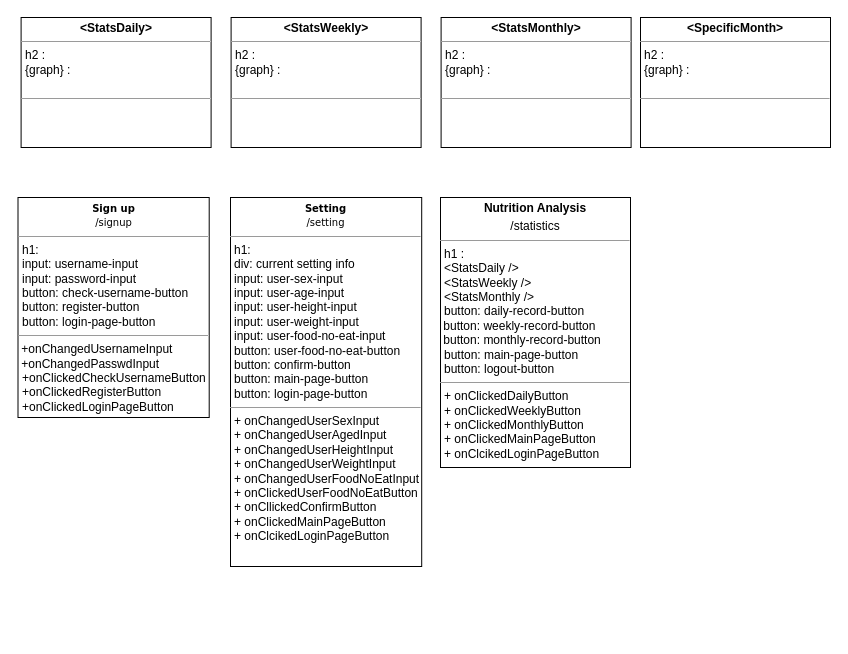
Earlier version of the draw.io diagram diagrams/Bang.drawio (swsnu/swpp2021-team5). Source tidied: cells renumbered, new cells numbered last; positions are measured from the earlier drawing's top-left corner, leaving out a move shared by most shapes. Both pictures are drawn from the tidied source at 100%, with x=0, y=0 at pixel (18, 17).
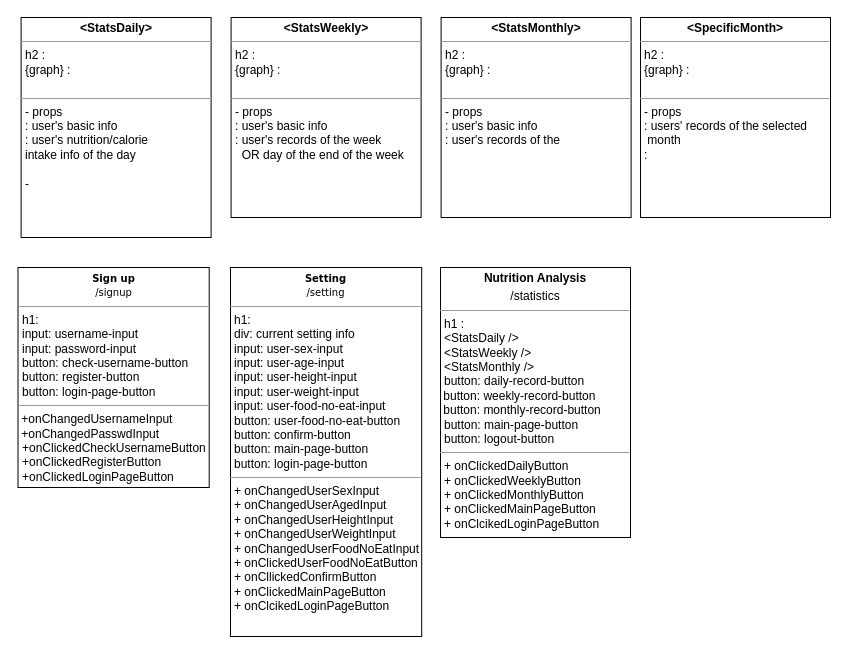
Above is the later version.

Diff of the diagram source:
```diff
@@
 <mxGraphModel>
   <root>
     <mxCell id="0" />
     <mxCell id="1" parent="0" />
-    <mxCell id="2" value="&lt;p style=&quot;margin: 0px ; margin-top: 4px ; text-align: center&quot;&gt;&lt;b&gt;&amp;lt;StatsDaily&amp;gt;&lt;/b&gt;&lt;/p&gt;&lt;hr size=&quot;1&quot;&gt;&lt;p style=&quot;margin: 0px ; margin-left: 4px&quot;&gt;h2 :&amp;nbsp;&lt;br&gt;&lt;/p&gt;&lt;p style=&quot;margin: 0px ; margin-left: 4px&quot;&gt;{graph} :&amp;nbsp;&lt;/p&gt;&lt;p style=&quot;margin: 0px ; margin-left: 4px&quot;&gt;&lt;br&gt;&lt;/p&gt;&lt;hr size=&quot;1&quot;&gt;&lt;p style=&quot;margin: 0px ; margin-left: 4px&quot;&gt;&lt;br&gt;&lt;/p&gt;" style="verticalAlign=top;align=left;overflow=fill;fontSize=12;fontFamily=Helvetica;html=1;rounded=0;shadow=0;comic=0;labelBackgroundColor=none;strokeWidth=1;" parent="1" vertex="1">
-      <mxGeometry x="2.6" width="190" height="130" as="geometry" />
+    <mxCell id="2" value="&lt;p style=&quot;margin: 0px ; margin-top: 4px ; text-align: center&quot;&gt;&lt;b&gt;&amp;lt;StatsDaily&amp;gt;&lt;/b&gt;&lt;/p&gt;&lt;hr size=&quot;1&quot;&gt;&lt;p style=&quot;margin: 0px ; margin-left: 4px&quot;&gt;h2 :&amp;nbsp;&lt;br&gt;&lt;/p&gt;&lt;p style=&quot;margin: 0px ; margin-left: 4px&quot;&gt;{graph} :&amp;nbsp;&lt;/p&gt;&lt;p style=&quot;margin: 0px ; margin-left: 4px&quot;&gt;&lt;br&gt;&lt;/p&gt;&lt;hr size=&quot;1&quot;&gt;&lt;p style=&quot;margin: 0px ; margin-left: 4px&quot;&gt;- props&lt;/p&gt;&lt;p style=&quot;margin: 0px ; margin-left: 4px&quot;&gt;: user's basic info&lt;br&gt;&lt;/p&gt;&lt;p style=&quot;margin: 0px ; margin-left: 4px&quot;&gt;: user's nutrition/calorie&lt;/p&gt;&lt;p style=&quot;margin: 0px ; margin-left: 4px&quot;&gt;intake info of the day&lt;/p&gt;&lt;p style=&quot;margin: 0px ; margin-left: 4px&quot;&gt;&lt;br&gt;&lt;/p&gt;&lt;p style=&quot;margin: 0px ; margin-left: 4px&quot;&gt;-&amp;nbsp;&lt;/p&gt;&lt;p style=&quot;margin: 0px ; margin-left: 4px&quot;&gt;&lt;br&gt;&lt;/p&gt;" style="verticalAlign=top;align=left;overflow=fill;fontSize=12;fontFamily=Helvetica;html=1;rounded=0;shadow=0;comic=0;labelBackgroundColor=none;strokeWidth=1;" parent="1" vertex="1">
+      <mxGeometry x="2.6" width="190" height="220" as="geometry" />
     </mxCell>
-    <mxCell id="3" value="&lt;p style=&quot;margin: 0px ; margin-top: 4px ; text-align: center&quot;&gt;&lt;b&gt;&amp;lt;StatsWeekly&amp;gt;&lt;/b&gt;&lt;/p&gt;&lt;hr size=&quot;1&quot;&gt;&lt;p style=&quot;margin: 0px ; margin-left: 4px&quot;&gt;h2 :&amp;nbsp;&lt;br&gt;&lt;/p&gt;&lt;p style=&quot;margin: 0px ; margin-left: 4px&quot;&gt;{graph} :&lt;br&gt;&lt;/p&gt;&lt;p style=&quot;margin: 0px ; margin-left: 4px&quot;&gt;&lt;br&gt;&lt;/p&gt;&lt;hr size=&quot;1&quot;&gt;&lt;p style=&quot;margin: 0px ; margin-left: 4px&quot;&gt;&lt;br&gt;&lt;/p&gt;" style="verticalAlign=top;align=left;overflow=fill;fontSize=12;fontFamily=Helvetica;html=1;rounded=0;shadow=0;comic=0;labelBackgroundColor=none;strokeWidth=1;" parent="1" vertex="1">
-      <mxGeometry x="212.6" width="190" height="130" as="geometry" />
+    <mxCell id="3" value="&lt;p style=&quot;margin: 0px ; margin-top: 4px ; text-align: center&quot;&gt;&lt;b&gt;&amp;lt;StatsWeekly&amp;gt;&lt;/b&gt;&lt;/p&gt;&lt;hr size=&quot;1&quot;&gt;&lt;p style=&quot;margin: 0px ; margin-left: 4px&quot;&gt;h2 :&amp;nbsp;&lt;br&gt;&lt;/p&gt;&lt;p style=&quot;margin: 0px ; margin-left: 4px&quot;&gt;{graph} :&lt;br&gt;&lt;/p&gt;&lt;p style=&quot;margin: 0px ; margin-left: 4px&quot;&gt;&lt;br&gt;&lt;/p&gt;&lt;hr size=&quot;1&quot;&gt;&lt;p style=&quot;margin: 0px ; margin-left: 4px&quot;&gt;- props&lt;/p&gt;&lt;p style=&quot;margin: 0px ; margin-left: 4px&quot;&gt;: user's basic info&lt;/p&gt;&lt;p style=&quot;margin: 0px ; margin-left: 4px&quot;&gt;: user's records of the week&lt;/p&gt;&lt;p style=&quot;margin: 0px ; margin-left: 4px&quot;&gt;&amp;nbsp; OR day of the end of the week&lt;/p&gt;" style="verticalAlign=top;align=left;overflow=fill;fontSize=12;fontFamily=Helvetica;html=1;rounded=0;shadow=0;comic=0;labelBackgroundColor=none;strokeWidth=1;" parent="1" vertex="1">
+      <mxGeometry x="212.6" width="190" height="200" as="geometry" />
     </mxCell>
-    <mxCell id="4" value="&lt;p style=&quot;margin: 0px ; margin-top: 4px ; text-align: center&quot;&gt;&lt;b&gt;&amp;lt;StatsMonthly&amp;gt;&lt;/b&gt;&lt;/p&gt;&lt;hr size=&quot;1&quot;&gt;&lt;p style=&quot;margin: 0px ; margin-left: 4px&quot;&gt;h2 :&amp;nbsp;&lt;br&gt;&lt;/p&gt;&lt;p style=&quot;margin: 0px ; margin-left: 4px&quot;&gt;{graph} :&lt;br&gt;&lt;/p&gt;&lt;p style=&quot;margin: 0px ; margin-left: 4px&quot;&gt;&lt;br&gt;&lt;/p&gt;&lt;hr size=&quot;1&quot;&gt;&lt;p style=&quot;margin: 0px ; margin-left: 4px&quot;&gt;&lt;br&gt;&lt;/p&gt;" style="verticalAlign=top;align=left;overflow=fill;fontSize=12;fontFamily=Helvetica;html=1;rounded=0;shadow=0;comic=0;labelBackgroundColor=none;strokeWidth=1;" parent="1" vertex="1">
-      <mxGeometry x="422.6" width="190" height="130" as="geometry" />
+    <mxCell id="4" value="&lt;p style=&quot;margin: 0px ; margin-top: 4px ; text-align: center&quot;&gt;&lt;b&gt;&amp;lt;StatsMonthly&amp;gt;&lt;/b&gt;&lt;/p&gt;&lt;hr size=&quot;1&quot;&gt;&lt;p style=&quot;margin: 0px ; margin-left: 4px&quot;&gt;h2 :&amp;nbsp;&lt;br&gt;&lt;/p&gt;&lt;p style=&quot;margin: 0px ; margin-left: 4px&quot;&gt;{graph} :&lt;br&gt;&lt;/p&gt;&lt;p style=&quot;margin: 0px ; margin-left: 4px&quot;&gt;&lt;br&gt;&lt;/p&gt;&lt;hr size=&quot;1&quot;&gt;&lt;p style=&quot;margin: 0px 0px 0px 4px&quot;&gt;- props&lt;/p&gt;&lt;p style=&quot;margin: 0px 0px 0px 4px&quot;&gt;: user's basic info&lt;/p&gt;&lt;p style=&quot;margin: 0px 0px 0px 4px&quot;&gt;: user's records of the&lt;/p&gt;" style="verticalAlign=top;align=left;overflow=fill;fontSize=12;fontFamily=Helvetica;html=1;rounded=0;shadow=0;comic=0;labelBackgroundColor=none;strokeWidth=1;" parent="1" vertex="1">
+      <mxGeometry x="422.6" width="190" height="200" as="geometry" />
     </mxCell>
     <mxCell id="5" value="&lt;p style=&quot;margin: 0px ; margin-top: 4px ; text-align: center&quot;&gt;&lt;b&gt;Nutrition Analysis&lt;/b&gt;&lt;/p&gt;&lt;p style=&quot;margin: 0px ; margin-top: 4px ; text-align: center&quot;&gt;/statistics&lt;/p&gt;&lt;hr size=&quot;1&quot;&gt;&lt;p style=&quot;margin: 0px ; margin-left: 4px&quot;&gt;h1 :&amp;nbsp;&lt;/p&gt;&lt;p style=&quot;margin: 0px ; margin-left: 4px&quot;&gt;&amp;lt;StatsDaily /&amp;gt;&lt;/p&gt;&lt;p style=&quot;margin: 0px ; margin-left: 4px&quot;&gt;&amp;lt;StatsWeekly /&amp;gt;&lt;/p&gt;&lt;p style=&quot;margin: 0px ; margin-left: 4px&quot;&gt;&amp;lt;StatsMonthly /&amp;gt;&lt;/p&gt;&lt;p style=&quot;margin: 0px ; margin-left: 4px&quot;&gt;button: daily-record-button&lt;/p&gt;&amp;nbsp;button:&amp;nbsp;&lt;span&gt;weekly-record-button&amp;nbsp;&lt;/span&gt;&lt;br&gt;&amp;nbsp;button:&amp;nbsp;&lt;span&gt;monthly-record-button&lt;/span&gt;&lt;br&gt;&lt;p style=&quot;margin: 0px 0px 0px 4px&quot;&gt;button: main-page-button&lt;/p&gt;&lt;p style=&quot;margin: 0px 0px 0px 4px&quot;&gt;button: logout-button&lt;/p&gt;&lt;hr size=&quot;1&quot;&gt;&lt;p style=&quot;margin: 0px 0px 0px 4px&quot;&gt;+ onClickedDailyButton&lt;/p&gt;&lt;p style=&quot;margin: 0px 0px 0px 4px&quot;&gt;+ onClickedWeeklyButton&lt;/p&gt;&lt;p style=&quot;margin: 0px 0px 0px 4px&quot;&gt;+ onClickedMonthlyButton&amp;nbsp;&lt;/p&gt;&lt;p style=&quot;margin: 0px 0px 0px 4px&quot;&gt;+ onClickedMainPageButton&lt;/p&gt;&lt;p style=&quot;margin: 0px 0px 0px 4px&quot;&gt;+ onClcikedLoginPageButton&lt;/p&gt;" style="verticalAlign=top;align=left;overflow=fill;fontSize=12;fontFamily=Helvetica;html=1;rounded=0;shadow=0;comic=0;labelBackgroundColor=none;strokeWidth=1;" parent="1" vertex="1">
-      <mxGeometry x="422" y="180" width="190" height="270" as="geometry" />
+      <mxGeometry x="422" y="250" width="190" height="270" as="geometry" />
     </mxCell>
     <mxCell id="6" value="&lt;p style=&quot;margin: 4px 0px 0px ; text-align: center&quot;&gt;&lt;b style=&quot;font-family: &amp;#34;verdana&amp;#34; ; font-size: 10px&quot;&gt;Sign up&lt;/b&gt;&lt;br style=&quot;font-family: &amp;#34;verdana&amp;#34; ; font-size: 10px&quot;&gt;&lt;span style=&quot;font-family: &amp;#34;verdana&amp;#34; ; font-size: 10px&quot;&gt;/signup&lt;/span&gt;&lt;br&gt;&lt;/p&gt;&lt;hr size=&quot;1&quot;&gt;&lt;p style=&quot;margin: 0px 0px 0px 4px&quot;&gt;h1:&lt;/p&gt;&lt;p style=&quot;margin: 0px 0px 0px 4px&quot;&gt;input: username-input&lt;/p&gt;&lt;p style=&quot;margin: 0px 0px 0px 4px&quot;&gt;input: password-input&lt;/p&gt;&lt;p style=&quot;margin: 0px 0px 0px 4px&quot;&gt;button: check-username-button&lt;/p&gt;&lt;p style=&quot;margin: 0px 0px 0px 4px&quot;&gt;button: register-button&lt;/p&gt;&lt;p style=&quot;margin: 0px 0px 0px 4px&quot;&gt;button: login-page-button&lt;/p&gt;&lt;hr size=&quot;1&quot;&gt;&amp;nbsp;+onChangedUsernameInput&lt;br&gt;&amp;nbsp;+onChangedPasswdInput&lt;br&gt;&lt;p style=&quot;margin: 0px 0px 0px 4px&quot;&gt;+onClickedCheckUsernameButton&lt;/p&gt;&lt;p style=&quot;margin: 0px 0px 0px 4px&quot;&gt;+onClickedRegisterButton&lt;/p&gt;&lt;p style=&quot;margin: 0px 0px 0px 4px&quot;&gt;+onClickedLoginPageButton&lt;/p&gt;" style="verticalAlign=top;align=left;overflow=fill;fontSize=12;fontFamily=Helvetica;html=1;" parent="1" vertex="1">
-      <mxGeometry x="-0.5" y="180" width="191.2" height="220" as="geometry" />
+      <mxGeometry x="-0.5" y="250" width="191.2" height="220" as="geometry" />
     </mxCell>
     <mxCell id="7" value="&lt;p style=&quot;margin: 4px 0px 0px ; text-align: center&quot;&gt;&lt;b style=&quot;font-family: &amp;#34;verdana&amp;#34; ; font-size: 10px&quot;&gt;Setting&lt;/b&gt;&lt;br style=&quot;font-family: &amp;#34;verdana&amp;#34; ; font-size: 10px&quot;&gt;&lt;span style=&quot;font-family: &amp;#34;verdana&amp;#34; ; font-size: 10px&quot;&gt;/setting&lt;/span&gt;&lt;br&gt;&lt;/p&gt;&lt;hr size=&quot;1&quot;&gt;&lt;p style=&quot;margin: 0px 0px 0px 4px&quot;&gt;h1:&amp;nbsp;&lt;/p&gt;&lt;p style=&quot;margin: 0px 0px 0px 4px&quot;&gt;div: current setting info&lt;/p&gt;&lt;p style=&quot;margin: 0px 0px 0px 4px&quot;&gt;input: user-sex-input&lt;/p&gt;&lt;p style=&quot;margin: 0px 0px 0px 4px&quot;&gt;input: user-age-input&lt;/p&gt;&lt;p style=&quot;margin: 0px 0px 0px 4px&quot;&gt;input: user-height-input&lt;/p&gt;&lt;p style=&quot;margin: 0px 0px 0px 4px&quot;&gt;input: user-weight-input&lt;/p&gt;&lt;p style=&quot;margin: 0px 0px 0px 4px&quot;&gt;input: user-food-no-eat-input&lt;br&gt;&lt;/p&gt;&lt;p style=&quot;margin: 0px 0px 0px 4px&quot;&gt;button: user-food-no-eat-button&lt;/p&gt;&lt;p style=&quot;margin: 0px 0px 0px 4px&quot;&gt;&lt;span&gt;button: confirm-button&lt;/span&gt;&lt;br&gt;&lt;/p&gt;&lt;p style=&quot;margin: 0px 0px 0px 4px&quot;&gt;button: main-page-button&lt;/p&gt;&lt;p style=&quot;margin: 0px 0px 0px 4px&quot;&gt;button: login-page-button&lt;/p&gt;&lt;hr size=&quot;1&quot;&gt;&lt;p style=&quot;margin: 0px 0px 0px 4px&quot;&gt;+ onChangedUserSexInput&lt;/p&gt;&lt;p style=&quot;margin: 0px 0px 0px 4px&quot;&gt;+ onChangedUserAgedInput&lt;/p&gt;&lt;p style=&quot;margin: 0px 0px 0px 4px&quot;&gt;+ onChangedUserHeightInput&lt;/p&gt;&lt;p style=&quot;margin: 0px 0px 0px 4px&quot;&gt;+ onChangedUserWeightInput&lt;/p&gt;&lt;p style=&quot;margin: 0px 0px 0px 4px&quot;&gt;+ onChangedUserFoodNoEatInput&lt;/p&gt;&lt;p style=&quot;margin: 0px 0px 0px 4px&quot;&gt;+ onClickedUserFoodNoEatButton&lt;/p&gt;&lt;p style=&quot;margin: 0px 0px 0px 4px&quot;&gt;+ onCllickedConfirmButton&lt;/p&gt;&lt;p style=&quot;margin: 0px 0px 0px 4px&quot;&gt;+ onClickedMainPageButton&lt;/p&gt;&lt;p style=&quot;margin: 0px 0px 0px 4px&quot;&gt;+ onClcikedLoginPageButton&lt;/p&gt;&lt;p style=&quot;margin: 0px 0px 0px 4px&quot;&gt;&lt;br&gt;&lt;/p&gt;" style="verticalAlign=top;align=left;overflow=fill;fontSize=12;fontFamily=Helvetica;html=1;" parent="1" vertex="1">
-      <mxGeometry x="212" y="180" width="191.2" height="369" as="geometry" />
+      <mxGeometry x="212" y="250" width="191.2" height="369" as="geometry" />
     </mxCell>
     <mxCell id="8" style="edgeStyle=orthogonalEdgeStyle;rounded=0;orthogonalLoop=1;jettySize=auto;html=1;exitX=0.5;exitY=1;exitDx=0;exitDy=0;" parent="1" edge="1" source="3" target="3">
       <mxGeometry relative="1" as="geometry" />
     </mxCell>
-    <mxCell id="9" value="&lt;p style=&quot;margin: 0px ; margin-top: 4px ; text-align: center&quot;&gt;&lt;b&gt;&amp;lt;SpecificMonth&amp;gt;&lt;/b&gt;&lt;/p&gt;&lt;hr size=&quot;1&quot;&gt;&lt;p style=&quot;margin: 0px ; margin-left: 4px&quot;&gt;h2 :&amp;nbsp;&lt;br&gt;&lt;/p&gt;&lt;p style=&quot;margin: 0px ; margin-left: 4px&quot;&gt;{graph} :&lt;br&gt;&lt;/p&gt;&lt;p style=&quot;margin: 0px ; margin-left: 4px&quot;&gt;&lt;br&gt;&lt;/p&gt;&lt;hr size=&quot;1&quot;&gt;&lt;p style=&quot;margin: 0px ; margin-left: 4px&quot;&gt;&lt;br&gt;&lt;/p&gt;" style="verticalAlign=top;align=left;overflow=fill;fontSize=12;fontFamily=Helvetica;html=1;rounded=0;shadow=0;comic=0;labelBackgroundColor=none;strokeWidth=1;" parent="1" vertex="1">
-      <mxGeometry x="622" width="190" height="130" as="geometry" />
+    <mxCell id="9" value="&lt;p style=&quot;margin: 0px ; margin-top: 4px ; text-align: center&quot;&gt;&lt;b&gt;&amp;lt;SpecificMonth&amp;gt;&lt;/b&gt;&lt;/p&gt;&lt;hr size=&quot;1&quot;&gt;&lt;p style=&quot;margin: 0px ; margin-left: 4px&quot;&gt;h2 :&amp;nbsp;&lt;br&gt;&lt;/p&gt;&lt;p style=&quot;margin: 0px ; margin-left: 4px&quot;&gt;{graph} :&lt;br&gt;&lt;/p&gt;&lt;p style=&quot;margin: 0px ; margin-left: 4px&quot;&gt;&lt;br&gt;&lt;/p&gt;&lt;hr size=&quot;1&quot;&gt;&lt;p style=&quot;margin: 0px ; margin-left: 4px&quot;&gt;- props&lt;/p&gt;&lt;p style=&quot;margin: 0px ; margin-left: 4px&quot;&gt;: users' records of the selected&lt;/p&gt;&lt;p style=&quot;margin: 0px ; margin-left: 4px&quot;&gt;&amp;nbsp;month&lt;/p&gt;&lt;p style=&quot;margin: 0px ; margin-left: 4px&quot;&gt;:&amp;nbsp;&lt;/p&gt;" style="verticalAlign=top;align=left;overflow=fill;fontSize=12;fontFamily=Helvetica;html=1;rounded=0;shadow=0;comic=0;labelBackgroundColor=none;strokeWidth=1;" parent="1" vertex="1">
+      <mxGeometry x="622" width="190" height="200" as="geometry" />
     </mxCell>
   </root>
 </mxGraphModel>
```
